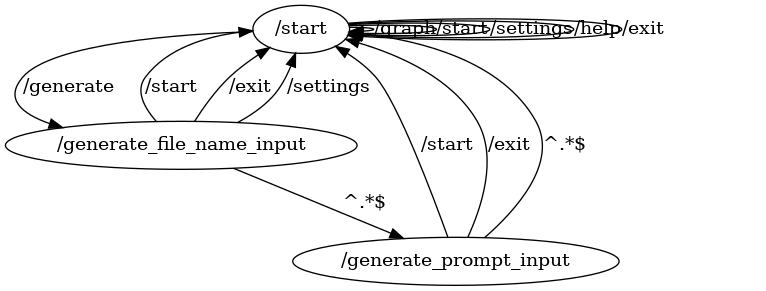
The Graphviz diagram flows/morph.png in VasyaLutiy/MorphReborn, before a commit. Its source is kept beside it as flows/morph.dot.
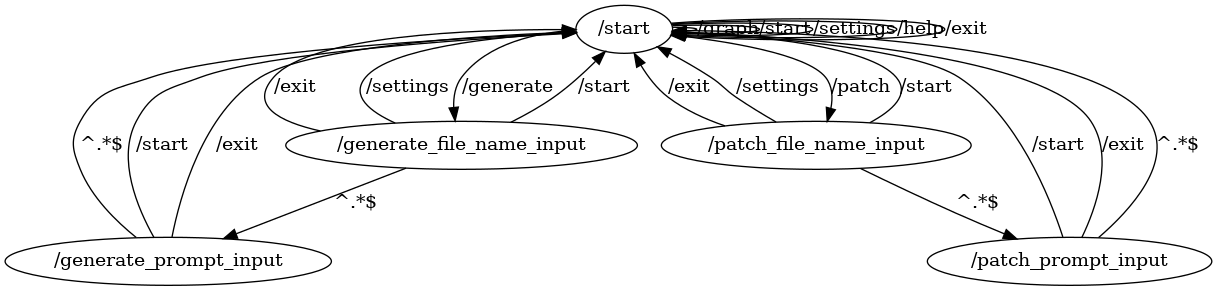
After the commit.

Change to the diagram source:
```diff
@@ -12,4 +12,12 @@
 	"/generate_prompt_input" -> "/start" [label="/start"]
 	"/generate_prompt_input" -> "/start" [label="/exit"]
 	"/generate_prompt_input" -> "/start" [label="^.*$"]
+	"/start" -> "/patch_file_name_input" [label="/patch"]
+	"/patch_file_name_input" -> "/start" [label="/start"]
+	"/patch_file_name_input" -> "/start" [label="/exit"]
+	"/patch_file_name_input" -> "/start" [label="/settings"]
+	"/patch_file_name_input" -> "/patch_prompt_input" [label="^.*$"]
+	"/patch_prompt_input" -> "/start" [label="/start"]
+	"/patch_prompt_input" -> "/start" [label="/exit"]
+	"/patch_prompt_input" -> "/start" [label="^.*$"]
 }
```
